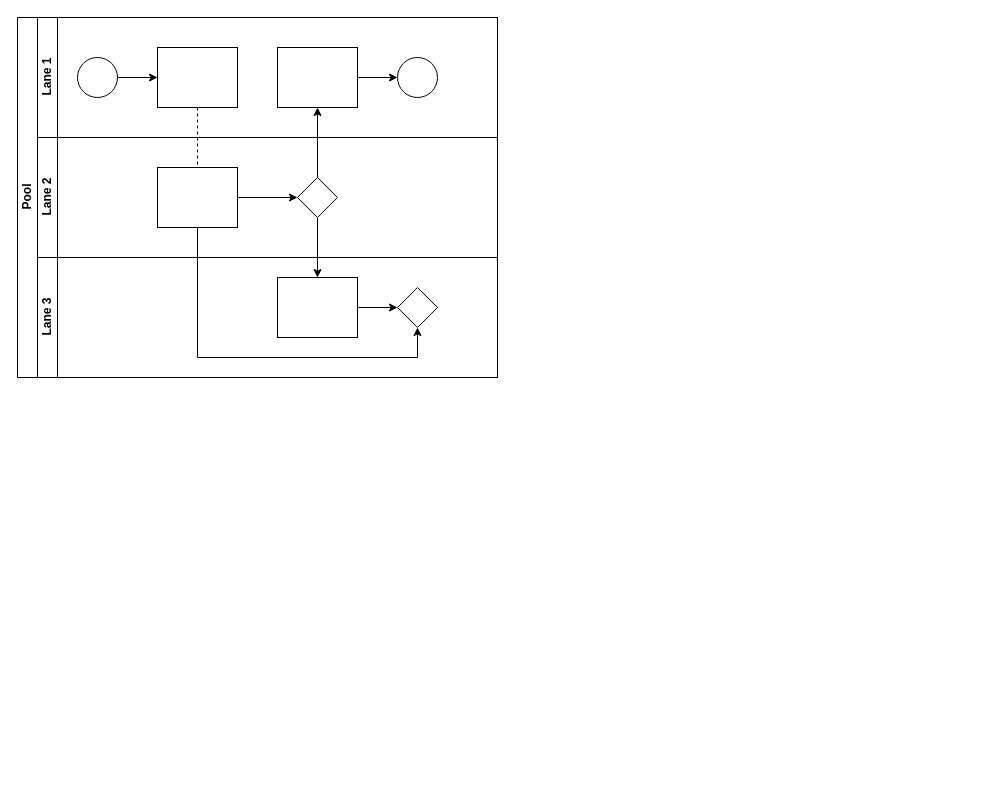
Before: java/30_graph/Untitled Diagram.drawio in RdAllen/algo, a draw.io diagram. Source tidied: cells renumbered, new cells numbered last; positions are measured from the earlier drawing's top-left corner, leaving out a move shared by most shapes. Both pictures are drawn from the tidied source at 100%, with x=0, y=0 at pixel (17, 17).
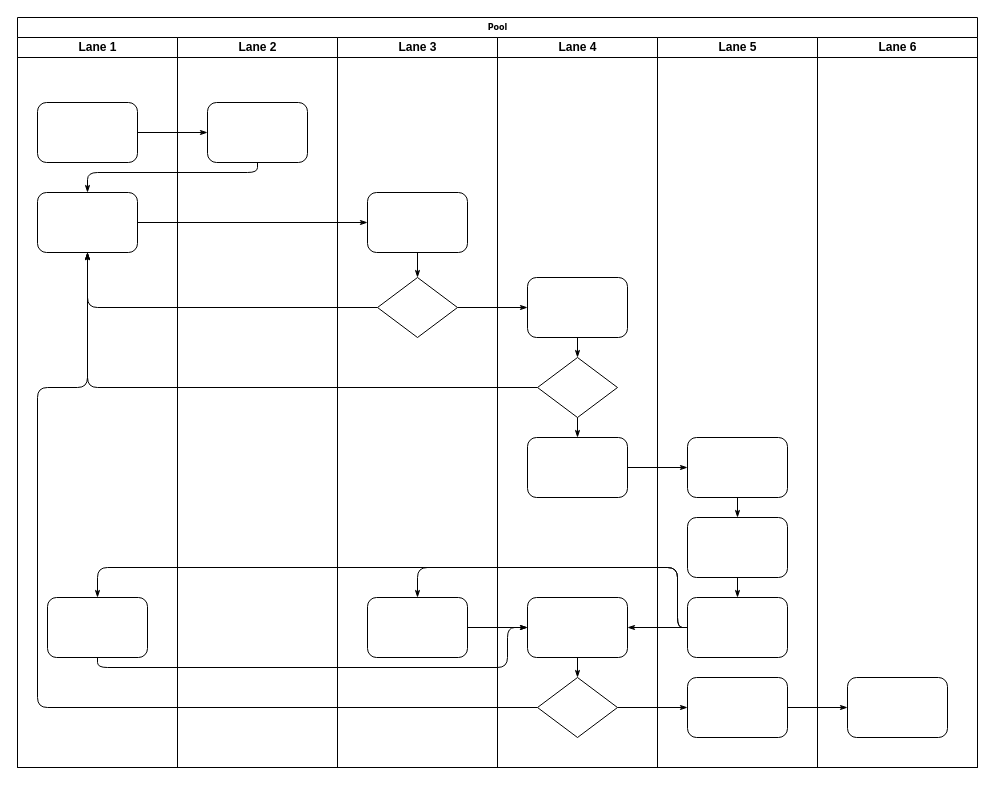
The same page after the edit.

Diff of the diagram source:
```diff
@@
-<mxGraphModel>
+<mxGraphModel background="#ffffff">
@@
-    <mxCell id="2" value="Pool" style="swimlane;html=1;horizontal=0;startSize=20;" parent="1" vertex="1">
-      <mxGeometry width="480" height="360" as="geometry" />
+    <mxCell id="2" value="Pool" style="swimlane;html=1;startSize=20;rounded=0;shadow=0;labelBackgroundColor=none;strokeWidth=1;fontFamily=Verdana;fontSize=8;align=center;" parent="1" vertex="1">
+      <mxGeometry width="960" height="750" as="geometry" />
     </mxCell>
-    <mxCell id="3" style="edgeStyle=orthogonalEdgeStyle;rounded=0;jettySize=auto;html=1;dashed=1;endArrow=none;endFill=0;" parent="2" edge="1" source="10" target="16">
-      <mxGeometry relative="1" as="geometry" />
-    </mxCell>
-    <mxCell id="4" style="edgeStyle=orthogonalEdgeStyle;rounded=0;jettySize=auto;html=1;endArrow=classic;endFill=1;" parent="2" edge="1" source="17" target="12">
-      <mxGeometry relative="1" as="geometry" />
-    </mxCell>
-    <mxCell id="5" style="edgeStyle=orthogonalEdgeStyle;rounded=0;jettySize=auto;html=1;endArrow=classic;endFill=1;" parent="2" edge="1" source="17" target="20">
-      <mxGeometry relative="1" as="geometry" />
-    </mxCell>
-    <mxCell id="6" style="edgeStyle=orthogonalEdgeStyle;rounded=0;jettySize=auto;html=1;endArrow=classic;endFill=1;" parent="2" edge="1" source="16" target="21">
-      <mxGeometry relative="1" as="geometry">
-        <Array as="points">
-          <mxPoint x="180" y="340" />
-          <mxPoint x="400" y="340" />
-        </Array>
-      </mxGeometry>
-    </mxCell>
-    <mxCell id="7" value="Lane 1" style="swimlane;html=1;startSize=20;horizontal=0;" parent="2" vertex="1">
-      <mxGeometry x="20" width="460" height="120" as="geometry" />
+    <mxCell id="7" value="Lane 1" style="swimlane;html=1;startSize=20;" parent="2" vertex="1">
+      <mxGeometry y="20" width="160" height="730" as="geometry" />
     </mxCell>
-    <mxCell id="8" style="edgeStyle=orthogonalEdgeStyle;rounded=0;jettySize=auto;html=1;" parent="7" edge="1" source="9" target="10">
-      <mxGeometry relative="1" as="geometry" />
-    </mxCell>
-    <mxCell id="9" style="ellipse;whiteSpace=wrap;html=1;" parent="7" vertex="1">
-      <mxGeometry x="40" y="40" width="40" height="40" as="geometry" />
-    </mxCell>
-    <mxCell id="10" style="rounded=0;whiteSpace=wrap;html=1;fontFamily=Helvetica;fontSize=12;fontColor=#000000;align=center;" parent="7" vertex="1">
-      <mxGeometry x="120" y="30" width="80" height="60" as="geometry" />
-    </mxCell>
-    <mxCell id="11" style="edgeStyle=orthogonalEdgeStyle;rounded=0;jettySize=auto;html=1;endArrow=classic;endFill=1;" parent="7" edge="1" source="12" target="13">
-      <mxGeometry relative="1" as="geometry" />
-    </mxCell>
-    <mxCell id="12" style="rounded=0;whiteSpace=wrap;html=1;fontFamily=Helvetica;fontSize=12;fontColor=#000000;align=center;" parent="7" vertex="1">
-      <mxGeometry x="240" y="30" width="80" height="60" as="geometry" />
-    </mxCell>
-    <mxCell id="13" style="ellipse;whiteSpace=wrap;html=1;" parent="7" vertex="1">
-      <mxGeometry x="360" y="40" width="40" height="40" as="geometry" />
-    </mxCell>
+    <mxCell id="22" style="rounded=1;whiteSpace=wrap;html=1;shadow=0;labelBackgroundColor=none;strokeWidth=1;fontFamily=Verdana;fontSize=8;align=center;" parent="7" vertex="1">
+      <mxGeometry x="20" y="65" width="100" height="60" as="geometry" />
+    </mxCell>
+    <mxCell id="23" style="rounded=1;whiteSpace=wrap;html=1;shadow=0;labelBackgroundColor=none;strokeWidth=1;fontFamily=Verdana;fontSize=8;align=center;" parent="7" vertex="1">
+      <mxGeometry x="20" y="155" width="100" height="60" as="geometry" />
+    </mxCell>
+    <mxCell id="24" style="rounded=1;whiteSpace=wrap;html=1;shadow=0;labelBackgroundColor=none;strokeWidth=1;fontFamily=Verdana;fontSize=8;align=center;" parent="7" vertex="1">
+      <mxGeometry x="30" y="560" width="100" height="60" as="geometry" />
+    </mxCell>
+    <mxCell id="25" style="edgeStyle=orthogonalEdgeStyle;rounded=1;html=1;labelBackgroundColor=none;startArrow=none;startFill=0;startSize=5;endArrow=classicThin;endFill=1;endSize=5;jettySize=auto;strokeWidth=1;fontFamily=Verdana;fontSize=8;" parent="2" edge="1" source="22" target="40">
+      <mxGeometry relative="1" as="geometry" />
+    </mxCell>
+    <mxCell id="26" style="edgeStyle=orthogonalEdgeStyle;rounded=1;html=1;labelBackgroundColor=none;startArrow=none;startFill=0;startSize=5;endArrow=classicThin;endFill=1;endSize=5;jettySize=auto;strokeWidth=1;fontFamily=Verdana;fontSize=8;" parent="2" edge="1" source="40" target="23">
+      <mxGeometry relative="1" as="geometry">
+        <Array as="points">
+          <mxPoint x="240" y="155" />
+          <mxPoint x="70" y="155" />
+        </Array>
+      </mxGeometry>
+    </mxCell>
+    <mxCell id="27" style="edgeStyle=orthogonalEdgeStyle;rounded=1;html=1;labelBackgroundColor=none;startArrow=none;startFill=0;startSize=5;endArrow=classicThin;endFill=1;endSize=5;jettySize=auto;strokeWidth=1;fontFamily=Verdana;fontSize=8;" parent="2" edge="1" source="23" target="41">
+      <mxGeometry relative="1" as="geometry" />
+    </mxCell>
+    <mxCell id="28" style="edgeStyle=orthogonalEdgeStyle;rounded=1;html=1;labelBackgroundColor=none;startArrow=none;startFill=0;startSize=5;endArrow=classicThin;endFill=1;endSize=5;jettySize=auto;strokeWidth=1;fontFamily=Verdana;fontSize=8;" parent="2" edge="1" source="42" target="23">
+      <mxGeometry relative="1" as="geometry" />
+    </mxCell>
+    <mxCell id="29" style="edgeStyle=orthogonalEdgeStyle;rounded=1;html=1;labelBackgroundColor=none;startArrow=none;startFill=0;startSize=5;endArrow=classicThin;endFill=1;endSize=5;jettySize=auto;strokeWidth=1;fontFamily=Verdana;fontSize=8;" parent="2" edge="1" source="47" target="23">
+      <mxGeometry relative="1" as="geometry" />
+    </mxCell>
+    <mxCell id="30" style="edgeStyle=orthogonalEdgeStyle;rounded=1;html=1;labelBackgroundColor=none;startArrow=none;startFill=0;startSize=5;endArrow=classicThin;endFill=1;endSize=5;jettySize=auto;strokeWidth=1;fontFamily=Verdana;fontSize=8;" parent="2" edge="1" source="50" target="23">
+      <mxGeometry relative="1" as="geometry">
+        <Array as="points">
+          <mxPoint x="20" y="690" />
+          <mxPoint x="20" y="370" />
+          <mxPoint x="70" y="370" />
+        </Array>
+      </mxGeometry>
+    </mxCell>
+    <mxCell id="31" style="edgeStyle=orthogonalEdgeStyle;rounded=1;html=1;labelBackgroundColor=none;startArrow=none;startFill=0;startSize=5;endArrow=classicThin;endFill=1;endSize=5;jettySize=auto;strokeWidth=1;fontFamily=Verdana;fontSize=8;" parent="2" edge="1" source="42" target="46">
+      <mxGeometry relative="1" as="geometry" />
+    </mxCell>
+    <mxCell id="32" style="edgeStyle=orthogonalEdgeStyle;rounded=1;html=1;labelBackgroundColor=none;startArrow=none;startFill=0;startSize=5;endArrow=classicThin;endFill=1;endSize=5;jettySize=auto;strokeWidth=1;fontFamily=Verdana;fontSize=8;" parent="2" edge="1" source="50" target="58">
+      <mxGeometry relative="1" as="geometry" />
+    </mxCell>
+    <mxCell id="33" style="edgeStyle=orthogonalEdgeStyle;rounded=1;html=1;labelBackgroundColor=none;startArrow=none;startFill=0;startSize=5;endArrow=classicThin;endFill=1;endSize=5;jettySize=auto;strokeWidth=1;fontFamily=Verdana;fontSize=8;" parent="2" edge="1" source="58" target="62">
+      <mxGeometry relative="1" as="geometry" />
+    </mxCell>
+    <mxCell id="34" style="edgeStyle=orthogonalEdgeStyle;rounded=1;html=1;labelBackgroundColor=none;startArrow=none;startFill=0;startSize=5;endArrow=classicThin;endFill=1;endSize=5;jettySize=auto;strokeWidth=1;fontFamily=Verdana;fontSize=8;" parent="2" edge="1" source="48" target="55">
+      <mxGeometry relative="1" as="geometry" />
+    </mxCell>
+    <mxCell id="35" style="edgeStyle=orthogonalEdgeStyle;rounded=1;html=1;labelBackgroundColor=none;startArrow=none;startFill=0;startSize=5;endArrow=classicThin;endFill=1;endSize=5;jettySize=auto;strokeWidth=1;fontFamily=Verdana;fontSize=8;" parent="2" edge="1" source="57" target="43">
+      <mxGeometry relative="1" as="geometry">
+        <Array as="points">
+          <mxPoint x="660" y="610" />
+          <mxPoint x="660" y="550" />
+          <mxPoint x="400" y="550" />
+        </Array>
+      </mxGeometry>
+    </mxCell>
+    <mxCell id="36" style="edgeStyle=orthogonalEdgeStyle;rounded=1;html=1;labelBackgroundColor=none;startArrow=none;startFill=0;startSize=5;endArrow=classicThin;endFill=1;endSize=5;jettySize=auto;strokeColor=#000000;strokeWidth=1;fontFamily=Verdana;fontSize=8;fontColor=#000000;" parent="2" edge="1" source="57" target="49">
+      <mxGeometry relative="1" as="geometry" />
+    </mxCell>
+    <mxCell id="37" style="edgeStyle=orthogonalEdgeStyle;rounded=1;html=1;labelBackgroundColor=none;startArrow=none;startFill=0;startSize=5;endArrow=classicThin;endFill=1;endSize=5;jettySize=auto;strokeWidth=1;fontFamily=Verdana;fontSize=8;" parent="2" edge="1" source="57" target="24">
+      <mxGeometry relative="1" as="geometry">
+        <Array as="points">
+          <mxPoint x="660" y="610" />
+          <mxPoint x="660" y="550" />
+          <mxPoint x="80" y="550" />
+        </Array>
+      </mxGeometry>
+    </mxCell>
+    <mxCell id="38" style="edgeStyle=orthogonalEdgeStyle;rounded=1;html=1;labelBackgroundColor=none;startArrow=none;startFill=0;startSize=5;endArrow=classicThin;endFill=1;endSize=5;jettySize=auto;strokeWidth=1;fontFamily=Verdana;fontSize=8;" parent="2" edge="1" source="24" target="49">
+      <mxGeometry relative="1" as="geometry">
+        <Array as="points">
+          <mxPoint x="80" y="650" />
+          <mxPoint x="490" y="650" />
+          <mxPoint x="490" y="610" />
+        </Array>
+      </mxGeometry>
+    </mxCell>
+    <mxCell id="39" style="edgeStyle=orthogonalEdgeStyle;rounded=1;html=1;labelBackgroundColor=none;startArrow=none;startFill=0;startSize=5;endArrow=classicThin;endFill=1;endSize=5;jettySize=auto;strokeWidth=1;fontFamily=Verdana;fontSize=8;" parent="2" edge="1" source="43" target="49">
+      <mxGeometry relative="1" as="geometry" />
+    </mxCell>
-    <mxCell id="14" value="Lane 2" style="swimlane;html=1;startSize=20;horizontal=0;" parent="2" vertex="1">
-      <mxGeometry x="20" y="120" width="460" height="120" as="geometry" />
+    <mxCell id="14" value="Lane 2" style="swimlane;html=1;startSize=20;" parent="2" vertex="1">
+      <mxGeometry x="160" y="20" width="160" height="730" as="geometry" />
     </mxCell>
-    <mxCell id="15" style="edgeStyle=orthogonalEdgeStyle;rounded=0;jettySize=auto;html=1;endArrow=classic;endFill=1;" parent="14" edge="1" source="16" target="17">
-      <mxGeometry relative="1" as="geometry" />
-    </mxCell>
-    <mxCell id="16" style="rounded=0;whiteSpace=wrap;html=1;fontFamily=Helvetica;fontSize=12;fontColor=#000000;align=center;" parent="14" vertex="1">
-      <mxGeometry x="120" y="30" width="80" height="60" as="geometry" />
-    </mxCell>
-    <mxCell id="17" style="rhombus;whiteSpace=wrap;html=1;fontFamily=Helvetica;fontSize=12;fontColor=#000000;align=center;" parent="14" vertex="1">
-      <mxGeometry x="260" y="40" width="40" height="40" as="geometry" />
-    </mxCell>
+    <mxCell id="40" style="rounded=1;whiteSpace=wrap;html=1;shadow=0;labelBackgroundColor=none;strokeWidth=1;fontFamily=Verdana;fontSize=8;align=center;" parent="14" vertex="1">
+      <mxGeometry x="30" y="65" width="100" height="60" as="geometry" />
+    </mxCell>
-    <mxCell id="18" value="Lane 3" style="swimlane;html=1;startSize=20;horizontal=0;" parent="2" vertex="1">
-      <mxGeometry x="20" y="240" width="460" height="120" as="geometry" />
+    <mxCell id="18" value="Lane 3" style="swimlane;html=1;startSize=20;" parent="2" vertex="1">
+      <mxGeometry x="320" y="20" width="160" height="730" as="geometry" />
     </mxCell>
-    <mxCell id="19" style="edgeStyle=orthogonalEdgeStyle;rounded=0;jettySize=auto;html=1;endArrow=classic;endFill=1;" parent="18" edge="1" source="20" target="21">
-      <mxGeometry relative="1" as="geometry" />
-    </mxCell>
-    <mxCell id="20" style="rounded=0;whiteSpace=wrap;html=1;fontFamily=Helvetica;fontSize=12;fontColor=#000000;align=center;" parent="18" vertex="1">
-      <mxGeometry x="240" y="20" width="80" height="60" as="geometry" />
-    </mxCell>
-    <mxCell id="21" style="rhombus;whiteSpace=wrap;html=1;fontFamily=Helvetica;fontSize=12;fontColor=#000000;align=center;" parent="18" vertex="1">
-      <mxGeometry x="360" y="30" width="40" height="40" as="geometry" />
-    </mxCell>
+    <mxCell id="41" style="rounded=1;whiteSpace=wrap;html=1;shadow=0;labelBackgroundColor=none;strokeWidth=1;fontFamily=Verdana;fontSize=8;align=center;" parent="18" vertex="1">
+      <mxGeometry x="30" y="155" width="100" height="60" as="geometry" />
+    </mxCell>
+    <mxCell id="42" style="rhombus;whiteSpace=wrap;html=1;rounded=0;shadow=0;labelBackgroundColor=none;strokeWidth=1;fontFamily=Verdana;fontSize=8;align=center;" parent="18" vertex="1">
+      <mxGeometry x="40" y="240" width="80" height="60" as="geometry" />
+    </mxCell>
+    <mxCell id="43" style="rounded=1;whiteSpace=wrap;html=1;shadow=0;labelBackgroundColor=none;strokeWidth=1;fontFamily=Verdana;fontSize=8;align=center;" parent="18" vertex="1">
+      <mxGeometry x="30" y="560" width="100" height="60" as="geometry" />
+    </mxCell>
+    <mxCell id="44" style="edgeStyle=orthogonalEdgeStyle;rounded=1;html=1;labelBackgroundColor=none;startArrow=none;startFill=0;startSize=5;endArrow=classicThin;endFill=1;endSize=5;jettySize=auto;strokeWidth=1;fontFamily=Verdana;fontSize=8;" parent="18" edge="1" source="41" target="42">
+      <mxGeometry relative="1" as="geometry" />
+    </mxCell>
+    <mxCell id="45" value="Lane 4" style="swimlane;html=1;startSize=20;" parent="2" vertex="1">
+      <mxGeometry x="480" y="20" width="160" height="730" as="geometry" />
+    </mxCell>
+    <mxCell id="46" style="rounded=1;whiteSpace=wrap;html=1;shadow=0;labelBackgroundColor=none;strokeWidth=1;fontFamily=Verdana;fontSize=8;align=center;" parent="45" vertex="1">
+      <mxGeometry x="30" y="240" width="100" height="60" as="geometry" />
+    </mxCell>
+    <mxCell id="47" style="rhombus;whiteSpace=wrap;html=1;rounded=0;shadow=0;labelBackgroundColor=none;strokeWidth=1;fontFamily=Verdana;fontSize=8;align=center;" parent="45" vertex="1">
+      <mxGeometry x="40" y="320" width="80" height="60" as="geometry" />
+    </mxCell>
+    <mxCell id="48" style="rounded=1;whiteSpace=wrap;html=1;shadow=0;labelBackgroundColor=none;strokeWidth=1;fontFamily=Verdana;fontSize=8;align=center;" parent="45" vertex="1">
+      <mxGeometry x="30" y="400" width="100" height="60" as="geometry" />
+    </mxCell>
+    <mxCell id="49" style="rounded=1;whiteSpace=wrap;html=1;shadow=0;labelBackgroundColor=none;strokeWidth=1;fontFamily=Verdana;fontSize=8;align=center;" parent="45" vertex="1">
+      <mxGeometry x="30" y="560" width="100" height="60" as="geometry" />
+    </mxCell>
+    <mxCell id="50" style="rhombus;whiteSpace=wrap;html=1;rounded=0;shadow=0;labelBackgroundColor=none;strokeWidth=1;fontFamily=Verdana;fontSize=8;align=center;" parent="45" vertex="1">
+      <mxGeometry x="40" y="640" width="80" height="60" as="geometry" />
+    </mxCell>
+    <mxCell id="51" style="edgeStyle=orthogonalEdgeStyle;rounded=1;html=1;labelBackgroundColor=none;startArrow=none;startFill=0;startSize=5;endArrow=classicThin;endFill=1;endSize=5;jettySize=auto;strokeColor=#000000;strokeWidth=1;fontFamily=Verdana;fontSize=8;fontColor=#000000;" parent="45" edge="1" source="46" target="47">
+      <mxGeometry relative="1" as="geometry" />
+    </mxCell>
+    <mxCell id="52" style="edgeStyle=orthogonalEdgeStyle;rounded=1;html=1;labelBackgroundColor=none;startArrow=none;startFill=0;startSize=5;endArrow=classicThin;endFill=1;endSize=5;jettySize=auto;strokeWidth=1;fontFamily=Verdana;fontSize=8;" parent="45" edge="1" source="47" target="48">
+      <mxGeometry relative="1" as="geometry" />
+    </mxCell>
+    <mxCell id="53" style="edgeStyle=orthogonalEdgeStyle;rounded=1;html=1;labelBackgroundColor=none;startArrow=none;startFill=0;startSize=5;endArrow=classicThin;endFill=1;endSize=5;jettySize=auto;strokeWidth=1;fontFamily=Verdana;fontSize=8;" parent="45" edge="1" source="49" target="50">
+      <mxGeometry relative="1" as="geometry" />
+    </mxCell>
+    <mxCell id="54" value="Lane 5" style="swimlane;html=1;startSize=20;" parent="2" vertex="1">
+      <mxGeometry x="640" y="20" width="160" height="730" as="geometry" />
+    </mxCell>
+    <mxCell id="55" style="rounded=1;whiteSpace=wrap;html=1;shadow=0;labelBackgroundColor=none;strokeWidth=1;fontFamily=Verdana;fontSize=8;align=center;" parent="54" vertex="1">
+      <mxGeometry x="30" y="400" width="100" height="60" as="geometry" />
+    </mxCell>
+    <mxCell id="56" style="rounded=1;whiteSpace=wrap;html=1;shadow=0;labelBackgroundColor=none;strokeWidth=1;fontFamily=Verdana;fontSize=8;align=center;" parent="54" vertex="1">
+      <mxGeometry x="30" y="480" width="100" height="60" as="geometry" />
+    </mxCell>
+    <mxCell id="57" style="rounded=1;whiteSpace=wrap;html=1;shadow=0;labelBackgroundColor=none;strokeWidth=1;fontFamily=Verdana;fontSize=8;align=center;" parent="54" vertex="1">
+      <mxGeometry x="30" y="560" width="100" height="60" as="geometry" />
+    </mxCell>
+    <mxCell id="58" style="rounded=1;whiteSpace=wrap;html=1;shadow=0;labelBackgroundColor=none;strokeWidth=1;fontFamily=Verdana;fontSize=8;align=center;" parent="54" vertex="1">
+      <mxGeometry x="30" y="640" width="100" height="60" as="geometry" />
+    </mxCell>
+    <mxCell id="59" style="edgeStyle=orthogonalEdgeStyle;rounded=1;html=1;labelBackgroundColor=none;startArrow=none;startFill=0;startSize=5;endArrow=classicThin;endFill=1;endSize=5;jettySize=auto;strokeWidth=1;fontFamily=Verdana;fontSize=8;" parent="54" edge="1" source="55" target="56">
+      <mxGeometry relative="1" as="geometry" />
+    </mxCell>
+    <mxCell id="60" style="edgeStyle=orthogonalEdgeStyle;rounded=1;html=1;labelBackgroundColor=none;startArrow=none;startFill=0;startSize=5;endArrow=classicThin;endFill=1;endSize=5;jettySize=auto;strokeWidth=1;fontFamily=Verdana;fontSize=8;" parent="54" edge="1" source="56" target="57">
+      <mxGeometry relative="1" as="geometry" />
+    </mxCell>
+    <mxCell id="61" value="Lane 6" style="swimlane;html=1;startSize=20;" parent="2" vertex="1">
+      <mxGeometry x="800" y="20" width="160" height="730" as="geometry" />
+    </mxCell>
+    <mxCell id="62" style="rounded=1;whiteSpace=wrap;html=1;shadow=0;labelBackgroundColor=none;strokeWidth=1;fontFamily=Verdana;fontSize=8;align=center;" parent="61" vertex="1">
+      <mxGeometry x="30" y="640" width="100" height="60" as="geometry" />
+    </mxCell>
```
